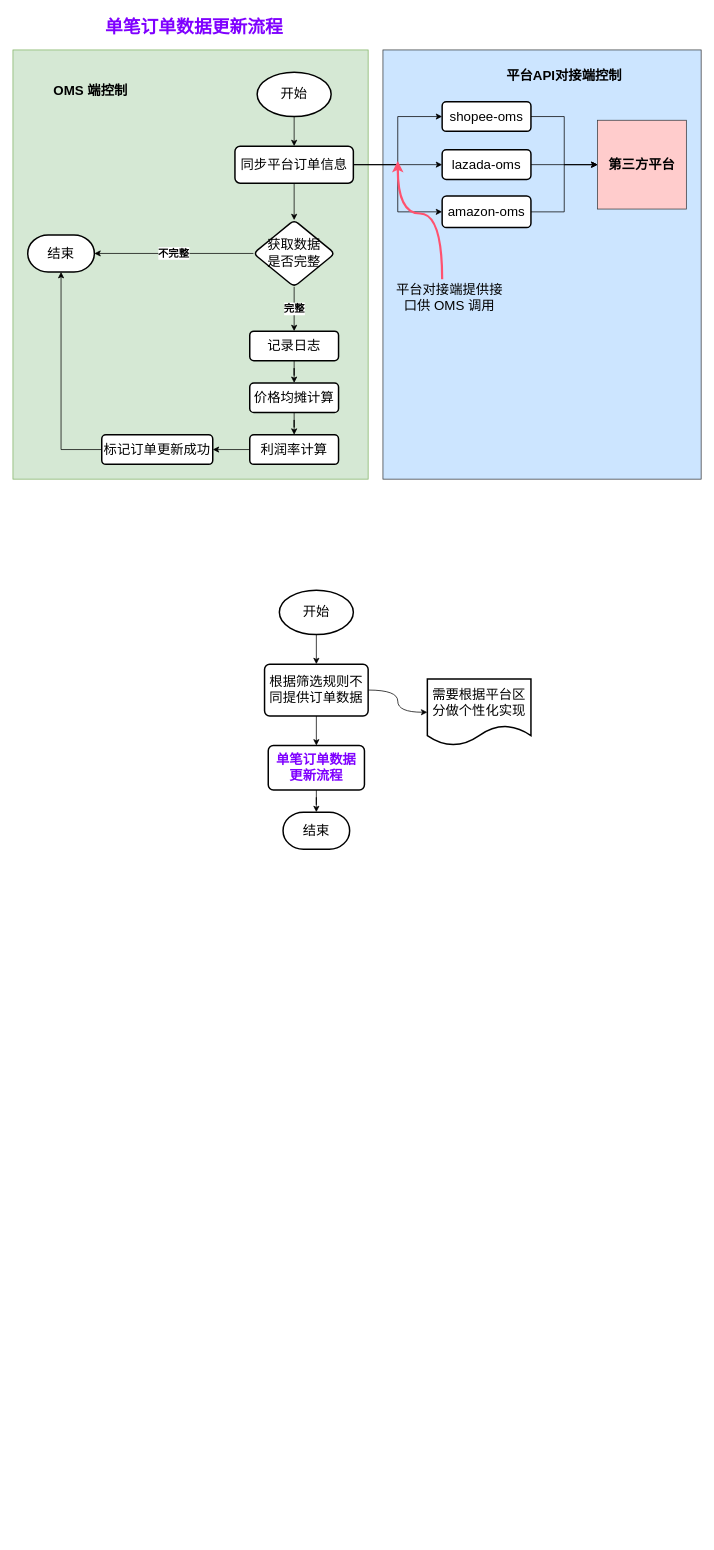
Earlier version of the draw.io diagram longpean/OMS-4.8.1.drawio (GitHeP/diagrams). Source tidied: cells renumbered, new cells numbered last; positions are measured from the earlier drawing's top-left corner, leaving out a move shared by most shapes. Both pictures are drawn from the tidied source at 74%, with x=0, y=0 at pixel (13, 13).
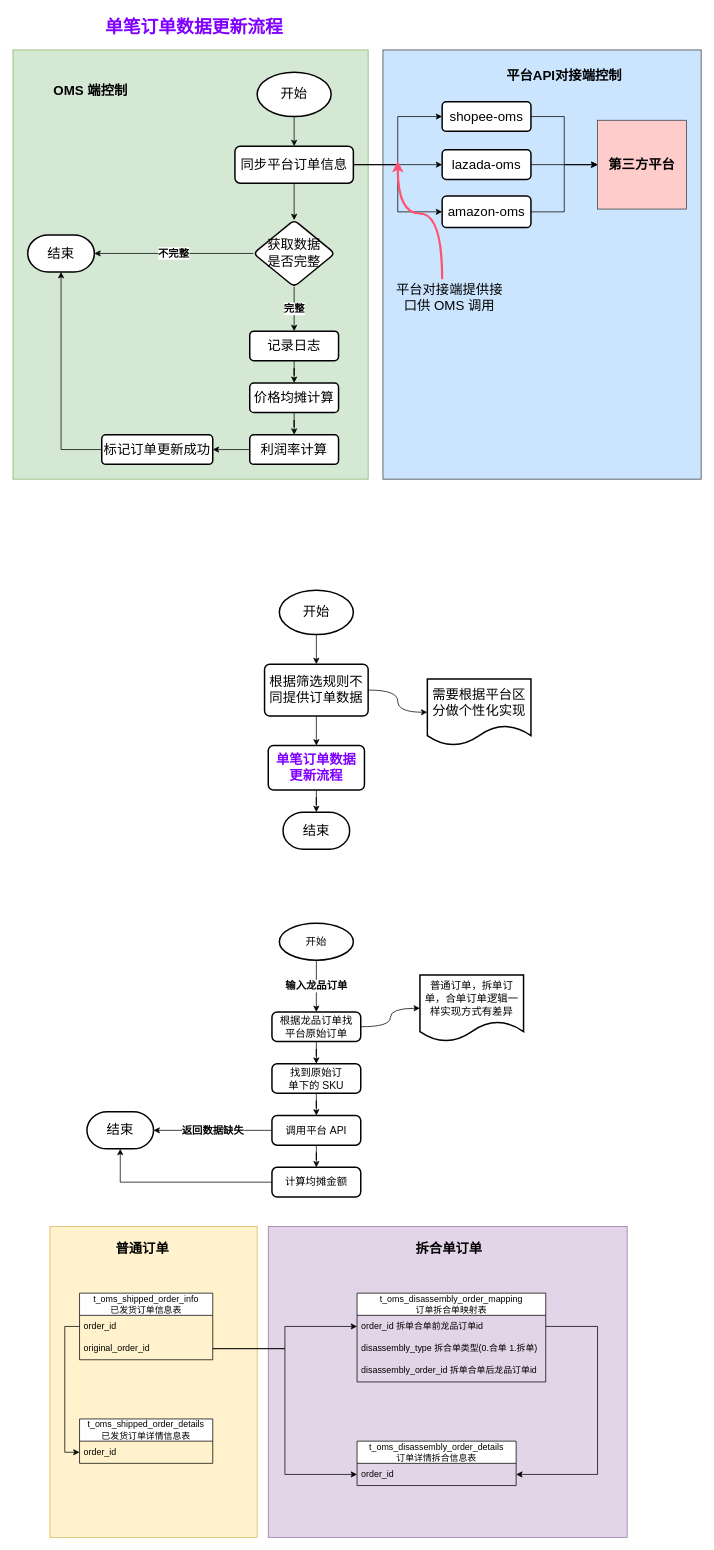
Above is the later version.

The edit, as a diff of the source:
```diff
@@
+    <mxCell id="44" style="rounded=0;whiteSpace=wrap;html=1;fillColor=#e1d5e7;strokeColor=#9673a6;" parent="1" vertex="1">
+      <mxGeometry x="345" y="1640" width="485" height="420" as="geometry" />
+    </mxCell>
+    <mxCell id="45" style="rounded=0;whiteSpace=wrap;html=1;fillColor=#fff2cc;strokeColor=#d6b656;" parent="1" vertex="1">
+      <mxGeometry x="50" y="1640" width="280" height="420" as="geometry" />
+    </mxCell>
@@
+    <mxCell id="46" value="&lt;font style=&quot;font-size: 14px;&quot;&gt;&lt;b&gt;输入龙品订单&lt;/b&gt;&lt;/font&gt;" style="edgeStyle=orthogonalEdgeStyle;rounded=0;jettySize=auto;html=1;" parent="1" edge="1" source="47" target="50">
+      <mxGeometry relative="1" as="geometry" />
+    </mxCell>
+    <mxCell id="47" value="&lt;font style=&quot;font-size: 14px;&quot;&gt;开始&lt;/font&gt;" style="strokeWidth=2;html=1;shape=mxgraph.flowchart.start_1;whiteSpace=wrap;" parent="1" vertex="1">
+      <mxGeometry x="360" y="1230" width="100" height="50" as="geometry" />
+    </mxCell>
+    <mxCell id="48" style="edgeStyle=orthogonalEdgeStyle;rounded=0;jettySize=auto;html=1;entryX=0.5;entryY=0;entryDx=0;entryDy=0;" parent="1" edge="1" source="50" target="52">
+      <mxGeometry relative="1" as="geometry" />
+    </mxCell>
+    <mxCell id="49" style="edgeStyle=orthogonalEdgeStyle;jettySize=auto;html=1;curved=1;" parent="1" edge="1" source="50" target="58">
+      <mxGeometry relative="1" as="geometry" />
+    </mxCell>
+    <mxCell id="50" value="&lt;font style=&quot;font-size: 14px;&quot;&gt;根据龙品订单找&lt;br&gt;平台原始订单&lt;/font&gt;" style="rounded=1;whiteSpace=wrap;html=1;absoluteArcSize=1;arcSize=14;strokeWidth=2;" parent="1" vertex="1">
+      <mxGeometry x="350" y="1350" width="120" height="40" as="geometry" />
+    </mxCell>
+    <mxCell id="51" style="edgeStyle=orthogonalEdgeStyle;rounded=0;jettySize=auto;html=1;entryX=0.5;entryY=0;entryDx=0;entryDy=0;" parent="1" edge="1" source="52" target="55">
+      <mxGeometry relative="1" as="geometry" />
+    </mxCell>
+    <mxCell id="52" value="&lt;span style=&quot;font-size: 14px;&quot;&gt;找到原始订&lt;br&gt;单下的 SKU&lt;/span&gt;" style="rounded=1;whiteSpace=wrap;html=1;absoluteArcSize=1;arcSize=14;strokeWidth=2;" parent="1" vertex="1">
+      <mxGeometry x="350" y="1420" width="120" height="40" as="geometry" />
+    </mxCell>
+    <mxCell id="53" style="edgeStyle=orthogonalEdgeStyle;rounded=0;jettySize=auto;html=1;entryX=0.5;entryY=0;entryDx=0;entryDy=0;" parent="1" edge="1" source="55" target="57">
+      <mxGeometry relative="1" as="geometry" />
+    </mxCell>
+    <mxCell id="54" value="&lt;font style=&quot;font-size: 14px;&quot;&gt;&lt;b&gt;返回数据缺失&lt;/b&gt;&lt;/font&gt;" style="edgeStyle=orthogonalEdgeStyle;rounded=0;jettySize=auto;html=1;entryX=1;entryY=0.5;entryDx=0;entryDy=0;entryPerimeter=0;" parent="1" edge="1" source="55" target="59">
+      <mxGeometry relative="1" as="geometry" />
+    </mxCell>
+    <mxCell id="55" value="&lt;span style=&quot;font-size: 14px;&quot;&gt;调用平台 API&lt;/span&gt;" style="rounded=1;whiteSpace=wrap;html=1;absoluteArcSize=1;arcSize=14;strokeWidth=2;" parent="1" vertex="1">
+      <mxGeometry x="350" y="1490" width="120" height="40" as="geometry" />
+    </mxCell>
+    <mxCell id="56" style="edgeStyle=orthogonalEdgeStyle;rounded=0;jettySize=auto;html=1;" parent="1" edge="1" source="57" target="59">
+      <mxGeometry relative="1" as="geometry" />
+    </mxCell>
+    <mxCell id="57" value="&lt;span style=&quot;font-size: 14px;&quot;&gt;计算均摊金额&lt;/span&gt;" style="rounded=1;whiteSpace=wrap;html=1;absoluteArcSize=1;arcSize=14;strokeWidth=2;" parent="1" vertex="1">
+      <mxGeometry x="350" y="1560" width="120" height="40" as="geometry" />
+    </mxCell>
+    <mxCell id="58" value="&lt;font style=&quot;font-size: 14px;&quot;&gt;普通订单，拆单订单，合单订单逻辑一样实现方式有差异&lt;/font&gt;" style="shape=document;whiteSpace=wrap;html=1;boundedLbl=1;rounded=1;arcSize=14;strokeWidth=2;" parent="1" vertex="1">
+      <mxGeometry x="550" y="1300" width="140" height="90" as="geometry" />
+    </mxCell>
+    <mxCell id="59" value="&lt;font style=&quot;font-size: 18px;&quot;&gt;结束&lt;/font&gt;" style="strokeWidth=2;html=1;shape=mxgraph.flowchart.terminator;whiteSpace=wrap;" parent="1" vertex="1">
+      <mxGeometry x="100" y="1485" width="90" height="50" as="geometry" />
+    </mxCell>
+    <mxCell id="60" value="t_oms_shipped_order_info&lt;br&gt;已发货订单信息表" style="swimlane;fontStyle=0;horizontal=1;startSize=30;whiteSpace=wrap;html=1;" parent="1" vertex="1">
+      <mxGeometry x="90" y="1730" width="180" height="90" as="geometry" />
+    </mxCell>
+    <mxCell id="61" value="order_id" style="text;strokeColor=none;fillColor=none;align=left;verticalAlign=middle;spacingLeft=4;spacingRight=4;overflow=hidden;points=[[0,0.5],[1,0.5]];portConstraint=eastwest;whiteSpace=wrap;html=1;" parent="60" vertex="1">
+      <mxGeometry y="30" width="180" height="30" as="geometry" />
+    </mxCell>
+    <mxCell id="62" value="original_order_id" style="text;strokeColor=none;fillColor=none;align=left;verticalAlign=middle;spacingLeft=4;spacingRight=4;overflow=hidden;points=[[0,0.5],[1,0.5]];portConstraint=eastwest;whiteSpace=wrap;html=1;" parent="60" vertex="1">
+      <mxGeometry y="60" width="180" height="30" as="geometry" />
+    </mxCell>
+    <mxCell id="63" value="t_oms_disassembly_order_mapping&lt;br&gt;订单拆合单映射表" style="swimlane;fontStyle=0;horizontal=1;startSize=30;whiteSpace=wrap;html=1;" parent="1" vertex="1">
+      <mxGeometry x="465" y="1730" width="255" height="120" as="geometry" />
+    </mxCell>
+    <mxCell id="64" value="order_id 拆单合单前龙品订单id" style="text;strokeColor=none;fillColor=none;align=left;verticalAlign=middle;spacingLeft=4;spacingRight=4;overflow=hidden;points=[[0,0.5],[1,0.5]];portConstraint=eastwest;whiteSpace=wrap;html=1;" parent="63" vertex="1">
+      <mxGeometry y="30" width="255" height="30" as="geometry" />
+    </mxCell>
+    <mxCell id="65" value="disassembly_type&amp;nbsp;拆合单类型(0.合单 1.拆单)" style="text;strokeColor=none;fillColor=none;align=left;verticalAlign=middle;spacingLeft=4;spacingRight=4;overflow=hidden;whiteSpace=wrap;html=1;" parent="63" vertex="1">
+      <mxGeometry y="60" width="255" height="30" as="geometry" />
+    </mxCell>
+    <mxCell id="66" value="disassembly_order_id 拆单合单后龙品订单id" style="text;strokeColor=none;fillColor=none;align=left;verticalAlign=middle;spacingLeft=4;spacingRight=4;overflow=hidden;whiteSpace=wrap;html=1;" parent="63" vertex="1">
+      <mxGeometry y="90" width="255" height="30" as="geometry" />
+    </mxCell>
+    <mxCell id="67" value="t_oms_shipped_order_details&lt;br&gt;已发货订单详情信息表" style="swimlane;fontStyle=0;horizontal=1;startSize=30;whiteSpace=wrap;html=1;" parent="1" vertex="1">
+      <mxGeometry x="90" y="1900" width="180" height="60" as="geometry" />
+    </mxCell>
+    <mxCell id="68" value="order_id" style="text;strokeColor=none;fillColor=none;align=left;verticalAlign=middle;spacingLeft=4;spacingRight=4;overflow=hidden;points=[[0,0.5],[1,0.5]];portConstraint=eastwest;whiteSpace=wrap;html=1;" parent="67" vertex="1">
+      <mxGeometry y="30" width="180" height="30" as="geometry" />
+    </mxCell>
+    <mxCell id="69" style="edgeStyle=orthogonalEdgeStyle;rounded=0;jettySize=auto;html=1;entryX=0;entryY=0.5;entryDx=0;entryDy=0;" parent="1" edge="1" source="61" target="68">
+      <mxGeometry relative="1" as="geometry" />
+    </mxCell>
+    <mxCell id="70" style="edgeStyle=orthogonalEdgeStyle;rounded=0;jettySize=auto;html=1;entryX=0;entryY=0.5;entryDx=0;entryDy=0;" parent="1" edge="1" source="62" target="64">
+      <mxGeometry relative="1" as="geometry" />
+    </mxCell>
+    <mxCell id="71" value="t_oms_disassembly_order_details&lt;br&gt;订单详情拆合信息表" style="swimlane;fontStyle=0;horizontal=1;startSize=30;whiteSpace=wrap;html=1;" parent="1" vertex="1">
+      <mxGeometry x="465" y="1930" width="215" height="60" as="geometry" />
+    </mxCell>
+    <mxCell id="72" value="order_id" style="text;strokeColor=none;fillColor=none;align=left;verticalAlign=middle;spacingLeft=4;spacingRight=4;overflow=hidden;points=[[0,0.5],[1,0.5]];portConstraint=eastwest;whiteSpace=wrap;html=1;" parent="71" vertex="1">
+      <mxGeometry y="30" width="215" height="30" as="geometry" />
+    </mxCell>
+    <mxCell id="73" style="edgeStyle=orthogonalEdgeStyle;rounded=0;jettySize=auto;html=1;entryX=0;entryY=0.5;entryDx=0;entryDy=0;" parent="1" edge="1" source="62" target="72">
+      <mxGeometry relative="1" as="geometry" />
+    </mxCell>
+    <mxCell id="74" style="edgeStyle=orthogonalEdgeStyle;rounded=0;jettySize=auto;html=1;entryX=1;entryY=0.5;entryDx=0;entryDy=0;exitX=1;exitY=0.5;exitDx=0;exitDy=0;" parent="1" edge="1" source="64" target="72">
+      <mxGeometry relative="1" as="geometry">
+        <Array as="points">
+          <mxPoint x="790" y="1775" />
+          <mxPoint x="790" y="1975" />
+        </Array>
+      </mxGeometry>
+    </mxCell>
+    <mxCell id="75" value="&lt;font style=&quot;font-size: 18px;&quot;&gt;&lt;b&gt;普通订单&lt;/b&gt;&lt;/font&gt;" style="text;html=1;strokeColor=none;fillColor=none;align=center;verticalAlign=middle;whiteSpace=wrap;rounded=0;" parent="1" vertex="1">
+      <mxGeometry x="130" y="1650" width="90" height="40" as="geometry" />
+    </mxCell>
+    <mxCell id="76" value="&lt;font style=&quot;font-size: 18px;&quot;&gt;&lt;b&gt;拆合单订单&lt;/b&gt;&lt;/font&gt;" style="text;html=1;strokeColor=none;fillColor=none;align=center;verticalAlign=middle;whiteSpace=wrap;rounded=0;" parent="1" vertex="1">
+      <mxGeometry x="527.5" y="1650" width="122.5" height="40" as="geometry" />
+    </mxCell>
```
